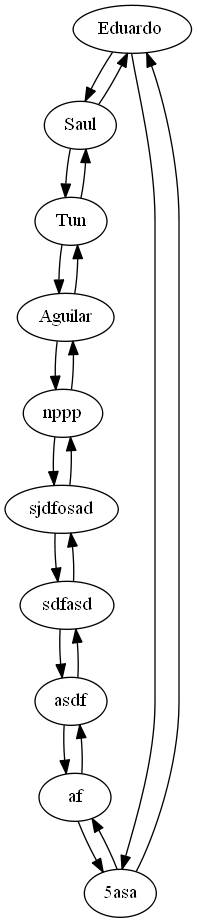
The Graphviz diagram ListaDobleCircularUsuarios.png in Eduardo01004/-EDD-_1S2019_P1_201612124, before a commit. Its source is kept beside it as ListaDobleCircularUsuarios.dot.
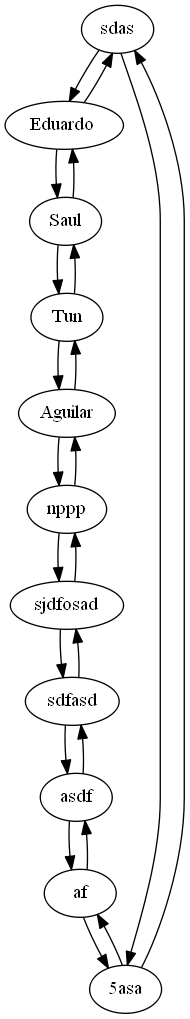
The same file after the commit.

Diff of the diagram source:
```diff
@@ -1,32 +1,35 @@
 digraph CircularList {
-1087871[fillcolor=seashell2,label="Eduardo "];
-1087871->1087867
-1087867->1087871
-1087867[fillcolor=seashell2,label="Saul"];
-1087867->1087879
-1087879->1087867
-1087879[fillcolor=seashell2,label="Tun"];
-1087879->1087885
-1087885->1087879
-1087885[fillcolor=seashell2,label="Aguilar"];
-1087885->1087887
-1087887->1087885
-1087887[fillcolor=seashell2,label="nppp"];
-1087887->1087891
-1087891->1087887
-1087891[fillcolor=seashell2,label="sjdfosad"];
-1087891->1087893
-1087893->1087891
-1087893[fillcolor=seashell2,label="sdfasd"];
-1087893->1087897
-1087897->1087893
-1087897[fillcolor=seashell2,label="asdf"];
-1087897->1087901
-1087901->1087897
-1087901[fillcolor=seashell2,label="af"];
-1087901->1087907
-1087907->1087901
-1087907[fillcolor=seashell2,label="5asa"];
-1087907->1087871
-1087871->1087907
+2942449[fillcolor=seashell2,label="sdas"];
+2942449->2947371
+2947371->2942449
+2947371[fillcolor=seashell2,label="Eduardo "];
+2947371->2947373
+2947373->2947371
+2947373[fillcolor=seashell2,label="Saul"];
+2947373->2947377
+2947377->2947373
+2947377[fillcolor=seashell2,label="Tun"];
+2947377->2947383
+2947383->2947377
+2947383[fillcolor=seashell2,label="Aguilar"];
+2947383->2947385
+2947385->2947383
+2947385[fillcolor=seashell2,label="nppp"];
+2947385->2947389
+2947389->2947385
+2947389[fillcolor=seashell2,label="sjdfosad"];
+2947389->2947391
+2947391->2947389
+2947391[fillcolor=seashell2,label="sdfasd"];
+2947391->2947395
+2947395->2947391
+2947395[fillcolor=seashell2,label="asdf"];
+2947395->2947399
+2947399->2947395
+2947399[fillcolor=seashell2,label="af"];
+2947399->2947405
+2947405->2947399
+2947405[fillcolor=seashell2,label="5asa"];
+2947405->2942449
+2942449->2947405
 }
```
